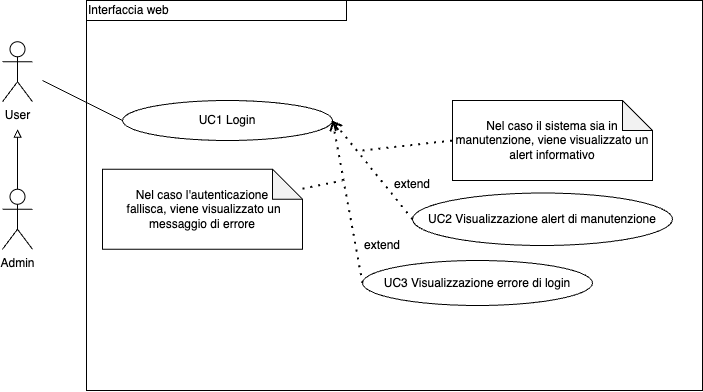
ShameIRL/farmacode keeps this draw.io diagram as imgs/Uml/UC1.png. Above is the earlier version. Source tidied: cells renumbered, new cells last; positions are measured from the earlier drawing's top-left corner, leaving out a move shared by most shapes.
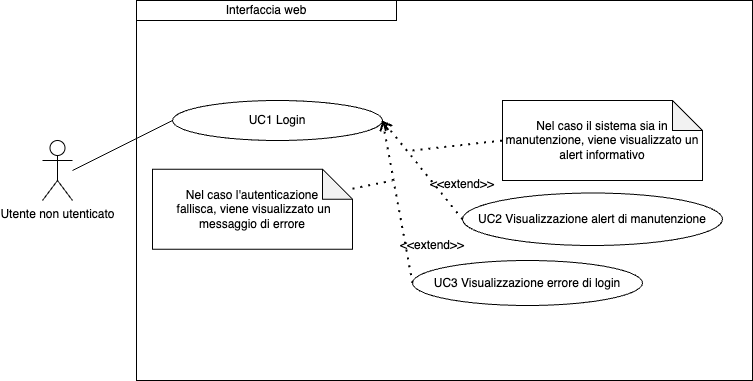
Later version of the same file.

Change to the diagram source:
```diff
@@ -2,8 +2,8 @@
   <root>
     <mxCell id="0" />
     <mxCell id="1" parent="0" />
-    <mxCell id="2" value="User" style="shape=umlActor;verticalLabelPosition=bottom;verticalAlign=top;html=1;" parent="1" vertex="1">
-      <mxGeometry y="41.2" width="30" height="60" as="geometry" />
+    <mxCell id="2" value="Utente non utenticato" style="shape=umlActor;verticalLabelPosition=bottom;verticalAlign=top;html=1;" parent="1" vertex="1">
+      <mxGeometry x="-10" y="140" width="30" height="60" as="geometry" />
     </mxCell>
     <mxCell id="3" value="UC1 Login" style="ellipse;whiteSpace=wrap;html=1;" parent="1" vertex="1">
       <mxGeometry x="120" y="100" width="210" height="40" as="geometry" />
@@ -13,14 +13,14 @@
     </mxCell>
     <mxCell id="5" style="endArrow=none;html=1;rounded=0;" parent="1" edge="1">
       <mxGeometry relative="1" as="geometry">
-        <mxPoint x="40" y="80" as="sourcePoint" />
+        <mxPoint x="20" y="170" as="sourcePoint" />
         <mxPoint x="120" y="120" as="targetPoint" />
       </mxGeometry>
     </mxCell>
     <mxCell id="6" style="endArrow=open;dashed=1;html=1;dashPattern=1 3;strokeWidth=2;rounded=0;entryX=1;entryY=0.5;entryDx=0;entryDy=0;exitX=0;exitY=0.5;exitDx=0;exitDy=0;" parent="1" edge="1" source="4" target="3">
       <mxGeometry relative="1" as="geometry" />
     </mxCell>
-    <mxCell id="7" value="extend" style="text;html=1;strokeColor=none;fillColor=none;align=center;verticalAlign=middle;whiteSpace=wrap;rounded=0;" parent="1" vertex="1">
+    <mxCell id="7" value="&amp;lt;&amp;lt;extend&amp;gt;&amp;gt;" style="text;html=1;strokeColor=none;fillColor=none;align=center;verticalAlign=middle;whiteSpace=wrap;rounded=0;" parent="1" vertex="1">
       <mxGeometry x="350" y="230" width="60" height="30" as="geometry" />
     </mxCell>
     <mxCell id="8" style="endArrow=none;dashed=1;html=1;dashPattern=1 3;strokeWidth=2;rounded=0;" parent="1" edge="1" source="9">
@@ -31,21 +31,13 @@
     <mxCell id="9" value="Nel caso l'autenticazione&lt;br&gt;&amp;nbsp;fallisca, viene visualizzato un messaggio di errore" style="shape=note;whiteSpace=wrap;html=1;backgroundOutline=1;darkOpacity=0.05;" parent="1" vertex="1">
       <mxGeometry x="100" y="168.8" width="200" height="80" as="geometry" />
     </mxCell>
-    <mxCell id="10" style="edgeStyle=orthogonalEdgeStyle;rounded=0;jettySize=auto;html=1;exitX=0.5;exitY=0;exitDx=0;exitDy=0;exitPerimeter=0;endArrow=block;endFill=0;" parent="1" edge="1" source="11">
-      <mxGeometry relative="1" as="geometry">
-        <mxPoint x="15" y="128.8" as="targetPoint" />
-      </mxGeometry>
-    </mxCell>
-    <mxCell id="11" value="Admin" style="shape=umlActor;verticalLabelPosition=bottom;verticalAlign=top;html=1;outlineConnect=0;" parent="1" vertex="1">
-      <mxGeometry y="188.8" width="30" height="60" as="geometry" />
-    </mxCell>
-    <mxCell id="12" value="&lt;div style=&quot;&quot;&gt;&lt;span style=&quot;background-color: initial;&quot;&gt;Interfaccia web&lt;/span&gt;&lt;/div&gt;" style="rounded=0;whiteSpace=wrap;html=1;fillColor=none;align=left;" parent="1" vertex="1">
+    <mxCell id="12" value="&lt;div style=&quot;&quot;&gt;&lt;span style=&quot;background-color: initial;&quot;&gt;Interfaccia web&lt;/span&gt;&lt;/div&gt;" style="rounded=0;whiteSpace=wrap;html=1;fillColor=none;align=center;" parent="1" vertex="1">
       <mxGeometry x="84" width="260" height="20" as="geometry" />
     </mxCell>
     <mxCell id="13" value="UC2 Visualizzazione alert di manutenzione" style="ellipse;whiteSpace=wrap;html=1;" parent="1" vertex="1">
       <mxGeometry x="410" y="192.5" width="260" height="52.5" as="geometry" />
     </mxCell>
-    <mxCell id="14" value="extend" style="text;html=1;strokeColor=none;fillColor=none;align=center;verticalAlign=middle;whiteSpace=wrap;rounded=0;" parent="1" vertex="1">
+    <mxCell id="14" value="&amp;lt;&amp;lt;extend&amp;gt;&amp;gt;" style="text;html=1;strokeColor=none;fillColor=none;align=center;verticalAlign=middle;whiteSpace=wrap;rounded=0;" parent="1" vertex="1">
       <mxGeometry x="380" y="168.8" width="60" height="30" as="geometry" />
     </mxCell>
     <mxCell id="15" style="endArrow=open;dashed=1;html=1;dashPattern=1 3;strokeWidth=2;rounded=0;exitX=0;exitY=0.5;exitDx=0;exitDy=0;" parent="1" edge="1" source="13">
@@ -62,7 +54,7 @@
       </mxGeometry>
     </mxCell>
     <mxCell id="18" style="rounded=0;whiteSpace=wrap;html=1;fillColor=none;" parent="1" vertex="1">
-      <mxGeometry x="84" width="616" height="390" as="geometry" />
+      <mxGeometry x="84" width="616" height="380" as="geometry" />
     </mxCell>
   </root>
 </mxGraphModel>
```
